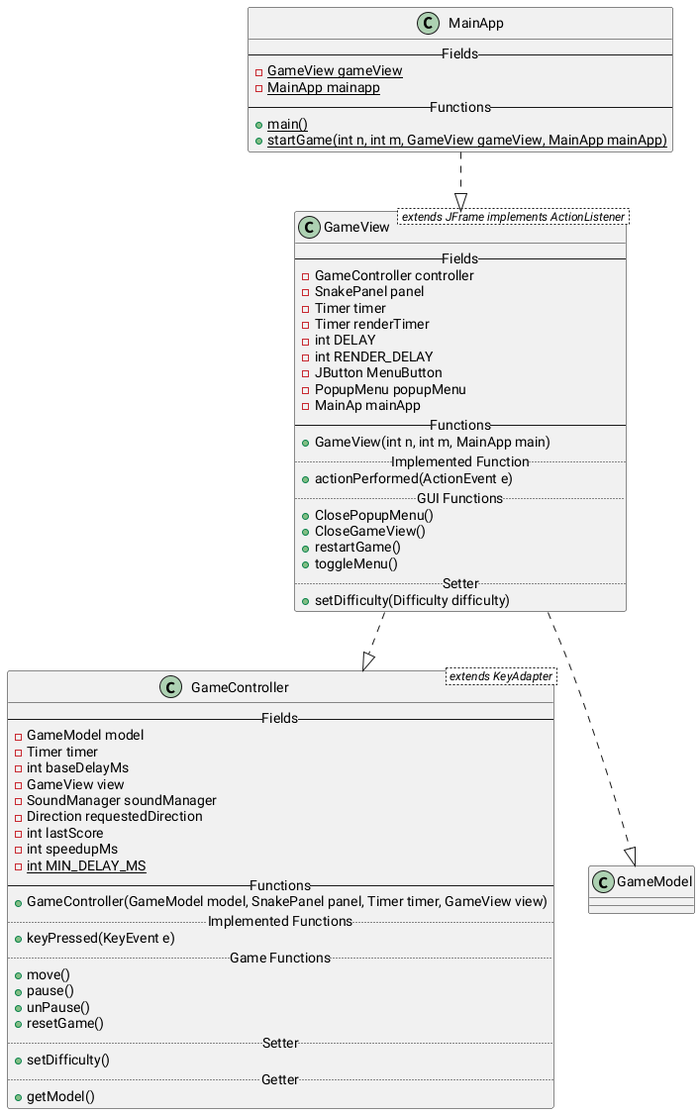
The PlantUML diagram ClassDiagram.png in CamerJunker/Snake, before a commit.
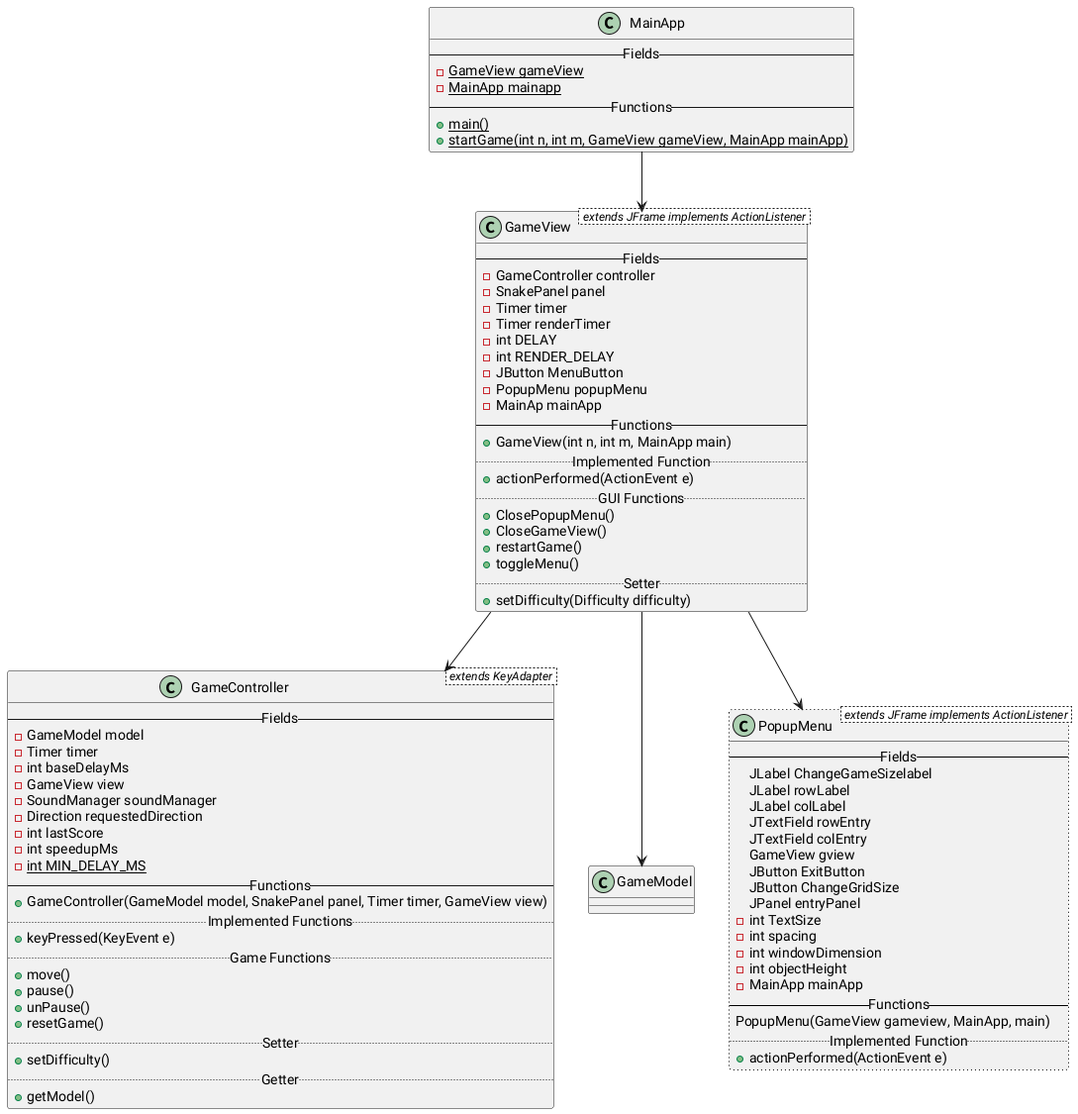
After the commit.

Commit message:
Skrevet PopupMenu i ClassDiagram.txt

Diff of the diagram source:
```diff
@@ -1,7 +1,8 @@
 @startuml
-MainApp ..|> GameView
-GameView ..|> GameController
-GameView ..|> GameModel
+MainApp --> GameView
+GameView --> GameController
+GameView --> GameModel
+GameView --> PopupMenu
 
 class MainApp {
     -- Fields --
@@ -62,4 +63,26 @@
     +getModel()
 }
 
+class PopupMenu < extends JFrame implements ActionListener > ##[dotted]black {
+    -- Fields --
+    JLabel ChangeGameSizelabel
+    JLabel rowLabel
+    JLabel colLabel
+    JTextField rowEntry
+    JTextField colEntry
+    GameView gview
+    JButton ExitButton
+    JButton ChangeGridSize
+    JPanel entryPanel
+    -int TextSize
+    -int spacing
+    -int windowDimension
+    -int objectHeight
+    -MainApp mainApp
+    -- Functions --
+    PopupMenu(GameView gameview, MainApp, main)
+    .. Implemented Function ..
+    +actionPerformed(ActionEvent e)
+}
+
 @enduml
```
